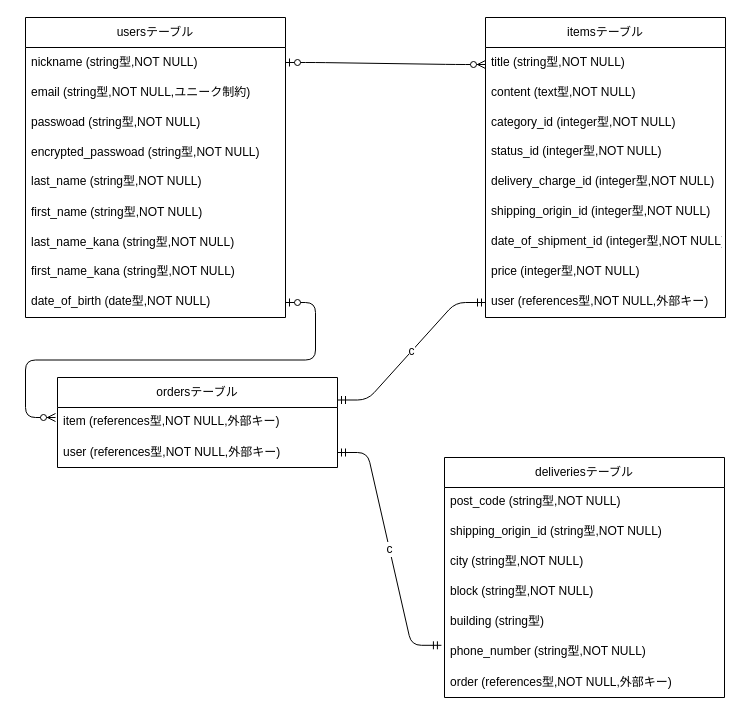
The draw.io diagram furima.dio in koharayuki/furima-39296, before the edit. Source tidied: cells renumbered, new cells numbered last; positions are measured from the earlier drawing's top-left corner, leaving out a move shared by most shapes. Both pictures are drawn from the tidied source at 100%, with x=0, y=0 at pixel (25, 17).
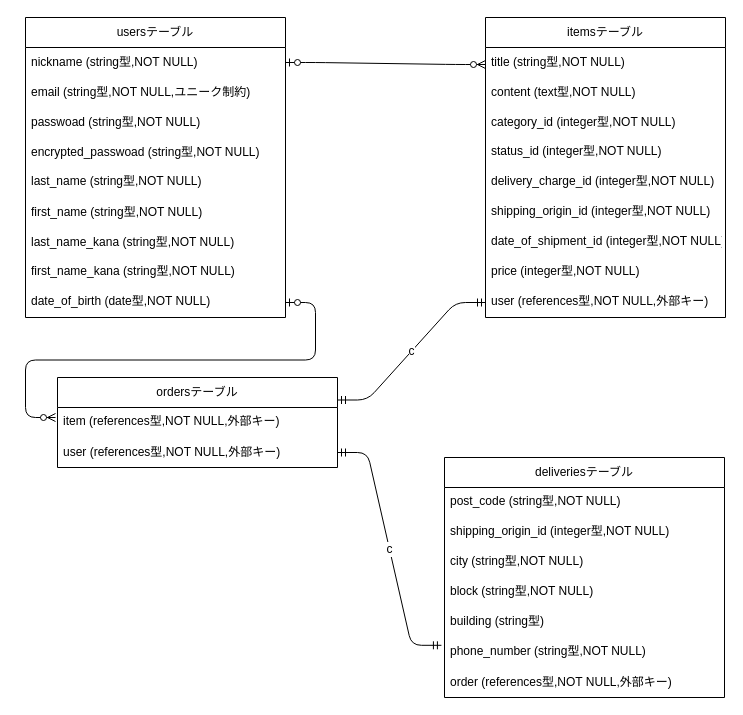
Above is the later version.

The change refers to these unchanged cells:
```xml
<mxCell id="26" value="deliveriesテーブル" style="swimlane;fontStyle=0;horizontal=1;startSize=30;whiteSpace=wrap;html=1;" parent="1" vertex="1">
  <mxGeometry x="419" y="440" width="280" height="240" as="geometry" />
</mxCell>
```

What changed in the source:
```diff
@@
-    <mxCell id="28" value="shipping_origin_id (string型,NOT NULL)" style="text;strokeColor=none;fillColor=none;spacingLeft=4;spacingRight=4;overflow=hidden;fontSize=12;" parent="26" vertex="1">
+    <mxCell id="28" value="shipping_origin_id (integer型,NOT NULL)" style="text;strokeColor=none;fillColor=none;spacingLeft=4;spacingRight=4;overflow=hidden;fontSize=12;" parent="26" vertex="1">
       <mxGeometry y="60" width="280" height="30" as="geometry" />
     </mxCell>
```
